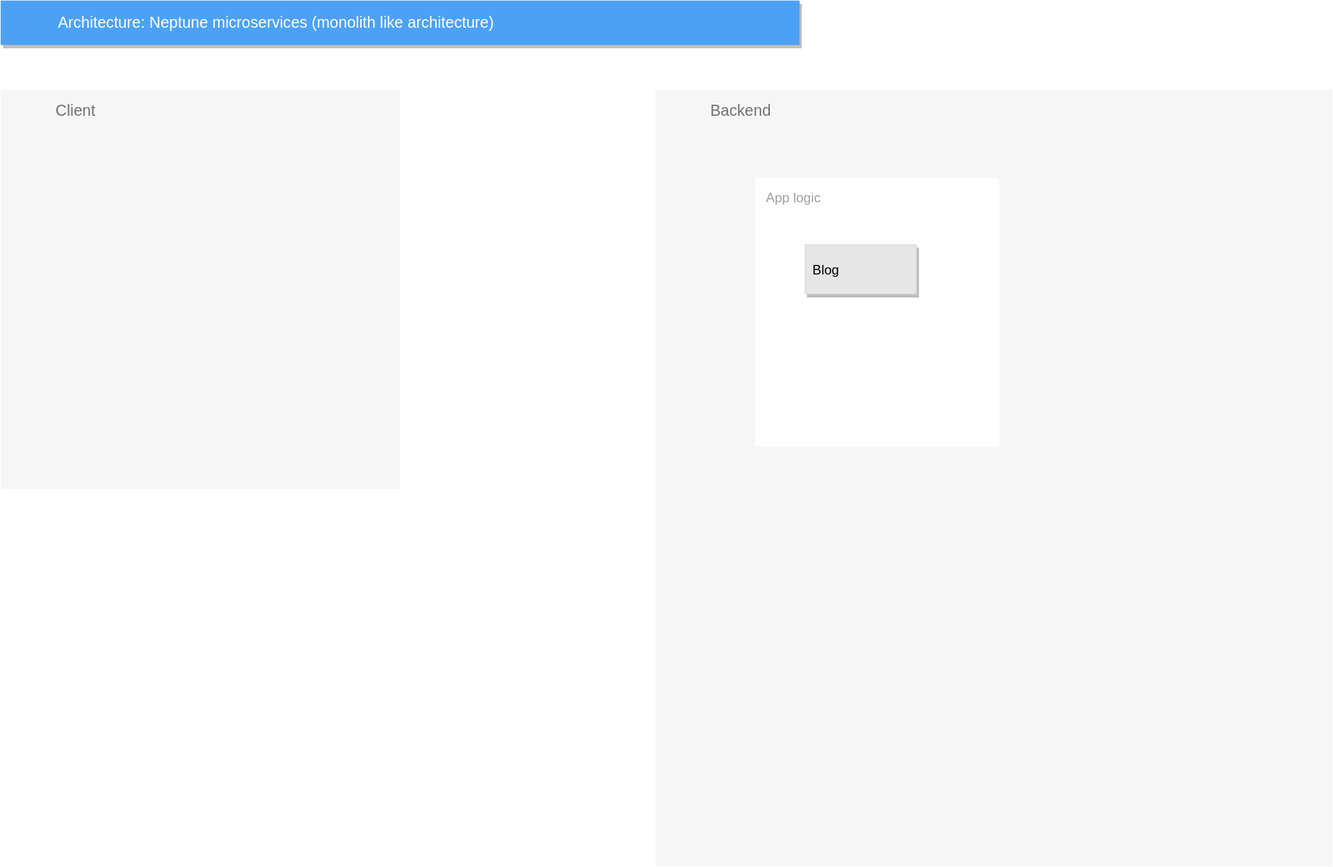
This is diagram/diagram.svg from UchatOrg/guideline, a draw.io export, as it was before one commit. Source tidied: cells renumbered, new cells last; positions are measured from the earlier drawing's top-left corner, leaving out a move shared by most shapes.
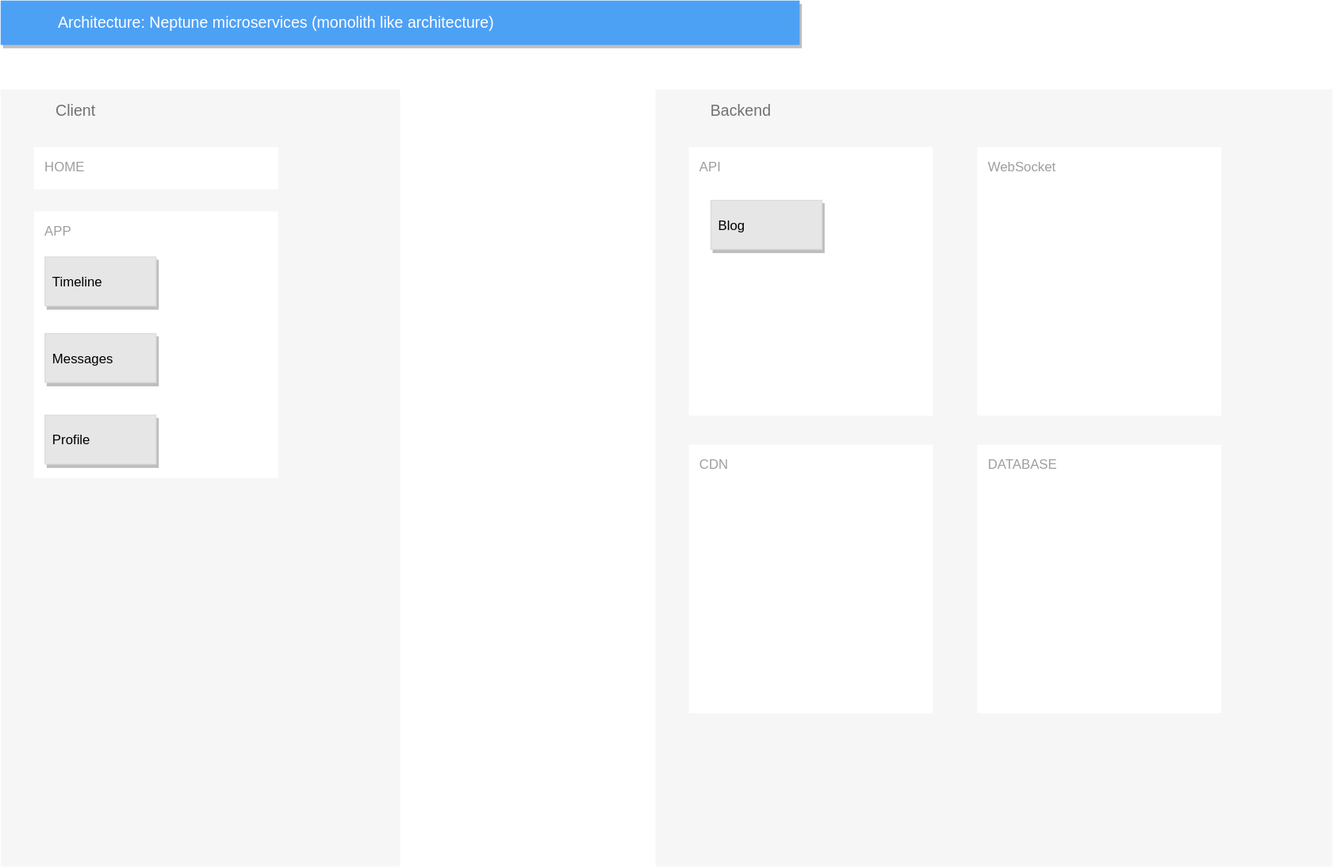
After the commit.

The edit, as a diff of the source:
```diff
@@ -17,16 +17,40 @@
       </mxGeometry>
     </mxCell>
     <mxCell id="4" value="Client" style="fillColor=#F6F6F6;strokeColor=none;shadow=0;gradientColor=none;fontSize=14;align=left;spacing=10;fontColor=#717171;9E9E9E;verticalAlign=top;spacingTop=-4;fontStyle=0;spacingLeft=40;html=1;" parent="1" vertex="1">
-      <mxGeometry y="80" width="360" height="360" as="geometry" />
+      <mxGeometry y="80" width="360" height="700" as="geometry" />
     </mxCell>
     <mxCell id="5" value="Backend&lt;br&gt;" style="fillColor=#F6F6F6;strokeColor=none;shadow=0;gradientColor=none;fontSize=14;align=left;spacing=10;fontColor=#717171;9E9E9E;verticalAlign=top;spacingTop=-4;fontStyle=0;spacingLeft=40;html=1;" parent="1" vertex="1">
       <mxGeometry x="590" y="80" width="610" height="700" as="geometry" />
     </mxCell>
-    <mxCell id="6" value="&lt;div&gt;App logic&lt;br&gt;&lt;/div&gt;" style="rounded=1;absoluteArcSize=1;arcSize=2;html=1;strokeColor=none;gradientColor=none;shadow=0;dashed=0;fontSize=12;fontColor=#9E9E9E;align=left;verticalAlign=top;spacing=10;spacingTop=-4;" parent="1" vertex="1">
-      <mxGeometry x="680" y="160" width="220" height="242" as="geometry" />
+    <mxCell id="6" value="&lt;div&gt;API&lt;br&gt;&lt;/div&gt;" style="rounded=1;absoluteArcSize=1;arcSize=0;html=1;strokeColor=none;gradientColor=none;shadow=0;dashed=0;fontSize=12;fontColor=#9E9E9E;align=left;verticalAlign=top;spacing=10;spacingTop=-4;" parent="1" vertex="1">
+      <mxGeometry x="620" y="132" width="220" height="242" as="geometry" />
     </mxCell>
     <mxCell id="7" value="Blog" style="dashed=0;strokeColor=#dddddd;shadow=1;strokeWidth=1;labelPosition=center;verticalLabelPosition=middle;align=left;verticalAlign=middle;spacingLeft=5;fontSize=12;fillColor=#E6E6E6;" parent="1" vertex="1">
-      <mxGeometry x="725" y="220" width="100" height="44" as="geometry" />
+      <mxGeometry x="640" y="180" width="100" height="44" as="geometry" />
     </mxCell>
+    <mxCell id="8" value="&lt;div&gt;WebSocket&lt;/div&gt;" style="rounded=1;absoluteArcSize=1;arcSize=0;html=1;strokeColor=none;gradientColor=none;shadow=0;dashed=0;fontSize=12;fontColor=#9E9E9E;align=left;verticalAlign=top;spacing=10;spacingTop=-4;" parent="1" vertex="1">
+      <mxGeometry x="880" y="132" width="220" height="242" as="geometry" />
+    </mxCell>
+    <mxCell id="9" value="&lt;div&gt;CDN&lt;br&gt;&lt;/div&gt;" style="rounded=1;absoluteArcSize=1;arcSize=0;html=1;strokeColor=none;gradientColor=none;shadow=0;dashed=0;fontSize=12;fontColor=#9E9E9E;align=left;verticalAlign=top;spacing=10;spacingTop=-4;" parent="1" vertex="1">
+      <mxGeometry x="620" y="400" width="220" height="242" as="geometry" />
+    </mxCell>
+    <mxCell id="10" value="&lt;div&gt;DATABASE&lt;br&gt;&lt;/div&gt;" style="rounded=1;absoluteArcSize=1;arcSize=0;html=1;strokeColor=none;gradientColor=none;shadow=0;dashed=0;fontSize=12;fontColor=#9E9E9E;align=left;verticalAlign=top;spacing=10;spacingTop=-4;" parent="1" vertex="1">
+      <mxGeometry x="880" y="400" width="220" height="242" as="geometry" />
+    </mxCell>
+    <mxCell id="11" value="&lt;div&gt;HOME&lt;br&gt;&lt;/div&gt;&lt;div&gt;&lt;br&gt;&lt;/div&gt;" style="rounded=1;absoluteArcSize=1;arcSize=0;html=1;strokeColor=none;gradientColor=none;shadow=0;dashed=0;fontSize=12;fontColor=#9E9E9E;align=left;verticalAlign=top;spacing=10;spacingTop=-4;" parent="1" vertex="1">
+      <mxGeometry x="30" y="132" width="220" height="38" as="geometry" />
+    </mxCell>
+    <mxCell id="12" value="&lt;div&gt;APP&lt;br&gt;&lt;/div&gt;" style="rounded=1;absoluteArcSize=1;arcSize=0;html=1;strokeColor=none;gradientColor=none;shadow=0;dashed=0;fontSize=12;fontColor=#9E9E9E;align=left;verticalAlign=top;spacing=10;spacingTop=-4;" parent="1" vertex="1">
+      <mxGeometry x="30" y="190" width="220" height="240" as="geometry" />
+    </mxCell>
+    <mxCell id="13" value="Timeline" style="dashed=0;strokeColor=#dddddd;shadow=1;strokeWidth=1;labelPosition=center;verticalLabelPosition=middle;align=left;verticalAlign=middle;spacingLeft=5;fontSize=12;fillColor=#E6E6E6;" parent="1" vertex="1">
+      <mxGeometry x="40" y="231" width="100" height="44" as="geometry" />
+    </mxCell>
+    <mxCell id="14" value="Messages" style="dashed=0;strokeColor=#dddddd;shadow=1;strokeWidth=1;labelPosition=center;verticalLabelPosition=middle;align=left;verticalAlign=middle;spacingLeft=5;fontSize=12;fillColor=#E6E6E6;" parent="1" vertex="1">
+      <mxGeometry x="40" y="300" width="100" height="44" as="geometry" />
+    </mxCell>
+    <mxCell id="15" value="Profile" style="dashed=0;strokeColor=#dddddd;shadow=1;strokeWidth=1;labelPosition=center;verticalLabelPosition=middle;align=left;verticalAlign=middle;spacingLeft=5;fontSize=12;fillColor=#E6E6E6;" parent="1" vertex="1">
+      <mxGeometry x="40" y="373.5" width="100" height="44" as="geometry" />
+    </mxCell>
   </root>
 </mxGraphModel>
```
